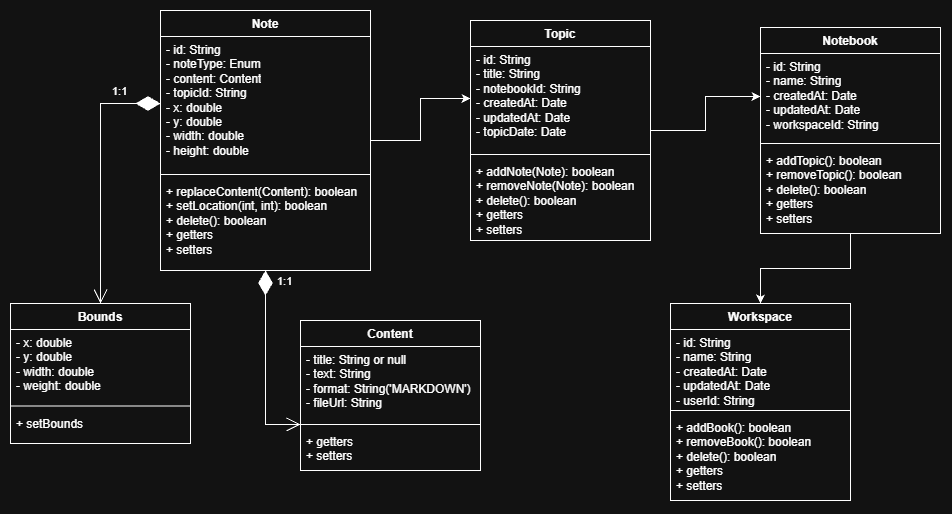
This is diagrams/DiagramaDeClases-Memento.drawio.png from alexanderclaer/Memento, a draw.io export, as it was before one commit. Source tidied: cells renumbered, new cells last; positions are measured from the earlier drawing's top-left corner, leaving out a move shared by most shapes. Source of this version:
```xml
<mxGraphModel>
  <root>
    <mxCell id="0" />
    <mxCell id="1" parent="0" />
    <mxCell id="2" style="edgeStyle=orthogonalEdgeStyle;rounded=0;jettySize=auto;html=1;defaultLabelBackgroundColor=page;labelPadding=0 4;" parent="1" edge="1" source="3" target="9">
      <mxGeometry relative="1" as="geometry" />
    </mxCell>
    <mxCell id="3" value="Note" style="swimlane;fontStyle=1;align=center;verticalAlign=top;horizontal=1;startSize=26;whiteSpace=wrap;html=1;" parent="1" vertex="1">
      <mxGeometry x="150" width="210" height="260" as="geometry" />
    </mxCell>
    <mxCell id="4" value="- id: String&lt;div&gt;- noteType: Enum&lt;div&gt;- content: Content&lt;/div&gt;&lt;div&gt;- topicId: String&lt;/div&gt;&lt;div&gt;- x: double&lt;/div&gt;&lt;div&gt;- y: double&lt;/div&gt;&lt;div&gt;- width: double&lt;/div&gt;&lt;div&gt;- height: double&lt;/div&gt;&lt;/div&gt;" style="text;strokeColor=none;fillColor=none;align=left;verticalAlign=top;spacingLeft=4;spacingRight=4;overflow=hidden;points=[[0,0.5],[1,0.5]];portConstraint=eastwest;whiteSpace=wrap;html=1;" parent="3" vertex="1">
      <mxGeometry y="26" width="210" height="134" as="geometry" />
    </mxCell>
    <mxCell id="5" style="line;strokeWidth=1;fillColor=none;align=left;verticalAlign=middle;spacingTop=-1;spacingLeft=3;spacingRight=3;labelPosition=right;strokeColor=inherit;labelPerimeter=1;" parent="3" vertex="1">
      <mxGeometry y="160" width="210" height="8" as="geometry" />
    </mxCell>
    <mxCell id="6" value="+ replaceContent(Content): boolean&lt;div&gt;+ setLocation(int, int): boolean&lt;br&gt;&lt;div&gt;+ delete(): boolean&lt;/div&gt;&lt;div&gt;+ getters&lt;/div&gt;&lt;div&gt;+ setters&lt;/div&gt;&lt;/div&gt;" style="text;strokeColor=none;fillColor=none;align=left;verticalAlign=top;spacingLeft=4;spacingRight=4;overflow=hidden;whiteSpace=wrap;html=1;" parent="3" vertex="1">
      <mxGeometry y="168" width="210" height="92" as="geometry" />
    </mxCell>
    <mxCell id="7" style="edgeStyle=orthogonalEdgeStyle;rounded=0;jettySize=auto;html=1;entryX=0;entryY=0.5;entryDx=0;entryDy=0;defaultLabelBackgroundColor=page;labelPadding=0 4;" parent="1" edge="1" source="8" target="14">
      <mxGeometry relative="1" as="geometry" />
    </mxCell>
    <mxCell id="8" value="Topic" style="swimlane;fontStyle=1;align=center;verticalAlign=top;horizontal=1;startSize=26;whiteSpace=wrap;html=1;" parent="1" vertex="1">
      <mxGeometry x="460" y="10" width="180" height="220" as="geometry" />
    </mxCell>
    <mxCell id="9" value="&lt;div&gt;- id: String&lt;/div&gt;- title: String&lt;div&gt;- notebookId: String&lt;br&gt;&lt;div&gt;- createdAt: Date&lt;/div&gt;&lt;div&gt;- updatedAt: Date&lt;/div&gt;&lt;div&gt;- topicDate: Date&lt;/div&gt;&lt;div&gt;&lt;br&gt;&lt;/div&gt;&lt;/div&gt;" style="text;strokeColor=none;fillColor=none;align=left;verticalAlign=top;spacingLeft=4;spacingRight=4;overflow=hidden;points=[[0,0.5],[1,0.5]];portConstraint=eastwest;whiteSpace=wrap;html=1;" parent="8" vertex="1">
      <mxGeometry y="26" width="180" height="104" as="geometry" />
    </mxCell>
    <mxCell id="10" style="line;strokeWidth=1;fillColor=none;align=left;verticalAlign=middle;spacingTop=-1;spacingLeft=3;spacingRight=3;labelPosition=right;strokeColor=inherit;labelPerimeter=1;" parent="8" vertex="1">
      <mxGeometry y="130" width="180" height="8" as="geometry" />
    </mxCell>
    <mxCell id="11" value="+ addNote(Note): boolean&lt;div&gt;+ removeNote(Note): boolean&lt;/div&gt;&lt;div&gt;+ delete(): boolean&lt;/div&gt;&lt;div&gt;+ getters&lt;/div&gt;&lt;div&gt;+ setters&lt;/div&gt;" style="text;strokeColor=none;fillColor=none;align=left;verticalAlign=top;spacingLeft=4;spacingRight=4;overflow=hidden;whiteSpace=wrap;html=1;" parent="8" vertex="1">
      <mxGeometry y="138" width="180" height="82" as="geometry" />
    </mxCell>
    <mxCell id="12" style="edgeStyle=orthogonalEdgeStyle;rounded=0;jettySize=auto;html=1;entryX=0.5;entryY=0;entryDx=0;entryDy=0;defaultLabelBackgroundColor=page;labelPadding=0 4;" parent="1" edge="1" source="13" target="22">
      <mxGeometry relative="1" as="geometry" />
    </mxCell>
    <mxCell id="13" value="Notebook" style="swimlane;fontStyle=1;align=center;verticalAlign=top;horizontal=1;startSize=26;whiteSpace=wrap;html=1;" parent="1" vertex="1">
      <mxGeometry x="750" y="17" width="180" height="206" as="geometry" />
    </mxCell>
    <mxCell id="14" value="&lt;div&gt;- id: String&lt;/div&gt;- name: String&lt;div&gt;- createdAt: Date&lt;/div&gt;&lt;div&gt;- updatedAt: Date&lt;/div&gt;&lt;div&gt;- workspaceId: String&lt;/div&gt;&lt;div&gt;&lt;br&gt;&lt;/div&gt;" style="text;strokeColor=none;fillColor=none;align=left;verticalAlign=top;spacingLeft=4;spacingRight=4;overflow=hidden;points=[[0,0.5],[1,0.5]];portConstraint=eastwest;whiteSpace=wrap;html=1;" parent="13" vertex="1">
      <mxGeometry y="26" width="180" height="86" as="geometry" />
    </mxCell>
    <mxCell id="15" style="line;strokeWidth=1;fillColor=none;align=left;verticalAlign=middle;spacingTop=-1;spacingLeft=3;spacingRight=3;labelPosition=right;strokeColor=inherit;labelPerimeter=1;" parent="13" vertex="1">
      <mxGeometry y="112" width="180" height="8" as="geometry" />
    </mxCell>
    <mxCell id="16" value="+ addTopic(): boolean&lt;div&gt;+ removeTopic(): boolean&lt;/div&gt;&lt;div&gt;+ delete(): boolean&lt;/div&gt;&lt;div&gt;+ getters&lt;/div&gt;&lt;div&gt;+ setters&lt;/div&gt;" style="text;strokeColor=none;fillColor=none;align=left;verticalAlign=top;spacingLeft=4;spacingRight=4;overflow=hidden;whiteSpace=wrap;html=1;" parent="13" vertex="1">
      <mxGeometry y="120" width="180" height="86" as="geometry" />
    </mxCell>
    <mxCell id="17" value="Content" style="swimlane;fontStyle=1;align=center;verticalAlign=top;horizontal=1;startSize=26;whiteSpace=wrap;html=1;" parent="1" vertex="1">
      <mxGeometry x="290" y="310" width="180" height="150" as="geometry" />
    </mxCell>
    <mxCell id="18" value="&lt;div&gt;- title: String or null&lt;div&gt;- text: String&lt;/div&gt;&lt;div&gt;- format: String('MARKDOWN')&lt;/div&gt;&lt;/div&gt;&lt;div&gt;- fileUrl: String&lt;/div&gt;" style="text;strokeColor=none;fillColor=none;align=left;verticalAlign=top;spacingLeft=4;spacingRight=4;overflow=hidden;points=[[0,0.5],[1,0.5]];portConstraint=eastwest;whiteSpace=wrap;html=1;" parent="17" vertex="1">
      <mxGeometry y="26" width="180" height="74" as="geometry" />
    </mxCell>
    <mxCell id="19" style="line;strokeWidth=1;fillColor=none;align=left;verticalAlign=middle;spacingTop=-1;spacingLeft=3;spacingRight=3;labelPosition=right;points=[];portConstraint=eastwest;strokeColor=inherit;labelPerimeter=1;" parent="17" vertex="1">
      <mxGeometry y="100" width="180" height="8" as="geometry" />
    </mxCell>
    <mxCell id="20" value="&lt;div&gt;+ getters&lt;/div&gt;&lt;div&gt;+ setters&lt;/div&gt;" style="text;strokeColor=none;fillColor=none;align=left;verticalAlign=top;spacingLeft=4;spacingRight=4;overflow=hidden;whiteSpace=wrap;html=1;" parent="17" vertex="1">
      <mxGeometry y="108" width="180" height="42" as="geometry" />
    </mxCell>
    <mxCell id="21" value="1:1" style="endArrow=open;html=1;endSize=12;startArrow=diamondThin;startSize=22;startFill=1;edgeStyle=orthogonalEdgeStyle;align=left;verticalAlign=bottom;rounded=0;defaultLabelBackgroundColor=page;labelPadding=0 4;exitX=0.5;exitY=1;exitDx=0;exitDy=0;" parent="1" edge="1" source="3" target="19">
      <mxGeometry x="-0.79" y="10" relative="1" as="geometry" />
    </mxCell>
    <mxCell id="22" value="Workspace" style="swimlane;fontStyle=1;align=center;verticalAlign=top;horizontal=1;startSize=26;whiteSpace=wrap;html=1;" parent="1" vertex="1">
      <mxGeometry x="660" y="293" width="180" height="197" as="geometry" />
    </mxCell>
    <mxCell id="23" value="&lt;div&gt;- id: String&lt;/div&gt;- name: String&lt;div&gt;- createdAt: Date&lt;/div&gt;&lt;div&gt;- updatedAt: Date&lt;/div&gt;&lt;div&gt;- userId: String&lt;/div&gt;&lt;div&gt;&lt;br&gt;&lt;/div&gt;" style="text;strokeColor=none;fillColor=none;align=left;verticalAlign=top;spacingLeft=4;spacingRight=4;overflow=hidden;whiteSpace=wrap;html=1;" parent="22" vertex="1">
      <mxGeometry y="26" width="180" height="77" as="geometry" />
    </mxCell>
    <mxCell id="24" style="line;strokeWidth=1;fillColor=none;align=left;verticalAlign=middle;spacingTop=-1;spacingLeft=3;spacingRight=3;labelPosition=right;strokeColor=inherit;labelPerimeter=1;" parent="22" vertex="1">
      <mxGeometry y="103" width="180" height="8" as="geometry" />
    </mxCell>
    <mxCell id="25" value="+ addBook(): boolean&lt;div&gt;+ removeBook(): boolean&lt;/div&gt;&lt;div&gt;+ delete(): boolean&lt;/div&gt;&lt;div&gt;+ getters&lt;/div&gt;&lt;div&gt;+ setters&lt;/div&gt;" style="text;strokeColor=none;fillColor=none;align=left;verticalAlign=top;spacingLeft=4;spacingRight=4;overflow=hidden;whiteSpace=wrap;html=1;" parent="22" vertex="1">
      <mxGeometry y="111" width="180" height="86" as="geometry" />
    </mxCell>
    <mxCell id="26" value="Bounds" style="swimlane;fontStyle=1;align=center;verticalAlign=top;horizontal=1;startSize=26;whiteSpace=wrap;html=1;" parent="1" vertex="1">
      <mxGeometry y="293" width="180" height="140" as="geometry" />
    </mxCell>
    <mxCell id="27" value="- x: double&lt;div&gt;- y: double&lt;/div&gt;&lt;div&gt;- width: double&lt;/div&gt;&lt;div&gt;- weight: double&lt;/div&gt;" style="text;strokeColor=none;fillColor=none;align=left;verticalAlign=top;spacingLeft=4;spacingRight=4;overflow=hidden;whiteSpace=wrap;html=1;" parent="26" vertex="1">
      <mxGeometry y="26" width="180" height="72.5" as="geometry" />
    </mxCell>
    <mxCell id="28" style="line;strokeWidth=1;fillColor=none;align=left;verticalAlign=middle;spacingTop=-1;spacingLeft=3;spacingRight=3;labelPosition=right;strokeColor=inherit;labelPerimeter=1;" parent="26" vertex="1">
      <mxGeometry y="98.5" width="180" height="8" as="geometry" />
    </mxCell>
    <mxCell id="29" value="+ setBounds" style="text;strokeColor=none;fillColor=none;align=left;verticalAlign=top;spacingLeft=4;spacingRight=4;overflow=hidden;whiteSpace=wrap;html=1;" parent="26" vertex="1">
      <mxGeometry y="106.5" width="180" height="33.5" as="geometry" />
    </mxCell>
    <mxCell id="30" value="1:1" style="endArrow=open;html=1;endSize=12;startArrow=diamondThin;startSize=22;startFill=1;edgeStyle=orthogonalEdgeStyle;align=left;verticalAlign=bottom;rounded=0;defaultLabelBackgroundColor=page;labelPadding=0 4;exitX=0;exitY=0.5;exitDx=0;exitDy=0;entryX=0.5;entryY=0;entryDx=0;entryDy=0;" parent="1" edge="1" source="4" target="26">
      <mxGeometry x="-0.62" y="-3" relative="1" as="geometry" />
    </mxCell>
  </root>
</mxGraphModel>
```
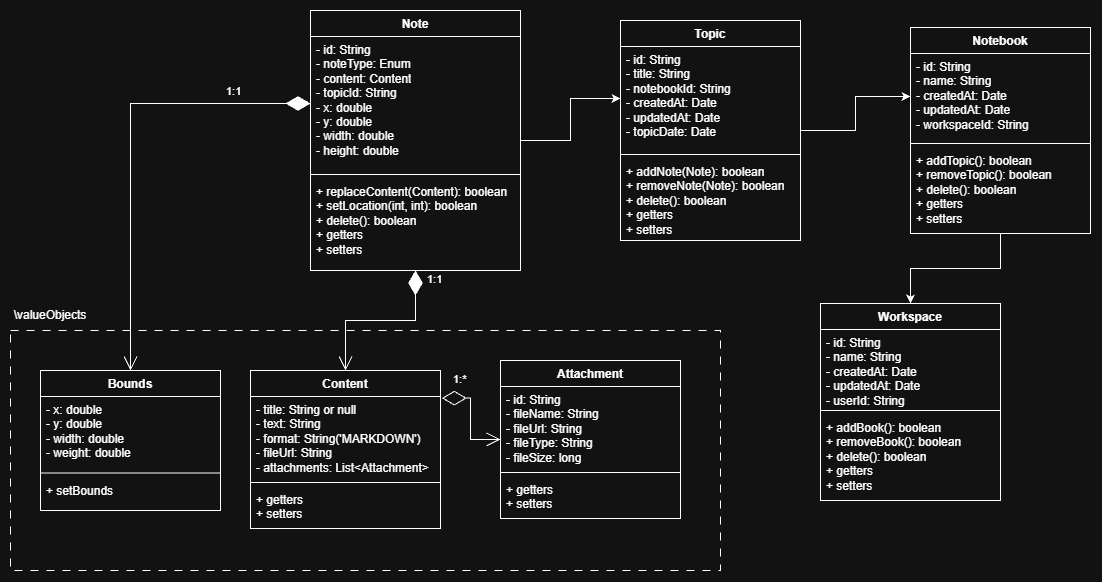
After the change.

Commit message:
Crea objeto de valor 'Attachment' para almacenar archivos

Se añade la clase 'Attachment'  \model\valueObjects, que va a estar contenida en una lista de Content. La clase sirve para guardar archivos adjuntos en una nota y su información.

What changed in the source:
```diff
@@ -48,18 +48,18 @@
       <mxGeometry y="120" width="180" height="86" as="geometry" />
     </mxCell>
     <mxCell id="17" value="Content" style="swimlane;fontStyle=1;align=center;verticalAlign=top;horizontal=1;startSize=26;whiteSpace=wrap;html=1;" parent="1" vertex="1">
-      <mxGeometry x="290" y="310" width="180" height="150" as="geometry" />
+      <mxGeometry x="90" y="360" width="190" height="158" as="geometry" />
     </mxCell>
-    <mxCell id="18" value="&lt;div&gt;- title: String or null&lt;div&gt;- text: String&lt;/div&gt;&lt;div&gt;- format: String('MARKDOWN')&lt;/div&gt;&lt;/div&gt;&lt;div&gt;- fileUrl: String&lt;/div&gt;" style="text;strokeColor=none;fillColor=none;align=left;verticalAlign=top;spacingLeft=4;spacingRight=4;overflow=hidden;points=[[0,0.5],[1,0.5]];portConstraint=eastwest;whiteSpace=wrap;html=1;" parent="17" vertex="1">
-      <mxGeometry y="26" width="180" height="74" as="geometry" />
+    <mxCell id="18" value="&lt;div&gt;- title: String or null&lt;div&gt;- text: String&lt;/div&gt;&lt;div&gt;- format: String('MARKDOWN')&lt;/div&gt;&lt;/div&gt;&lt;div&gt;- fileUrl: String&lt;/div&gt;&lt;div&gt;- attachments: List&amp;lt;Attachment&amp;gt;&lt;/div&gt;" style="text;strokeColor=none;fillColor=none;align=left;verticalAlign=top;spacingLeft=4;spacingRight=4;overflow=hidden;points=[[0,0.5],[1,0.5]];portConstraint=eastwest;whiteSpace=wrap;html=1;" parent="17" vertex="1">
+      <mxGeometry y="26" width="190" height="82" as="geometry" />
     </mxCell>
     <mxCell id="19" style="line;strokeWidth=1;fillColor=none;align=left;verticalAlign=middle;spacingTop=-1;spacingLeft=3;spacingRight=3;labelPosition=right;points=[];portConstraint=eastwest;strokeColor=inherit;labelPerimeter=1;" parent="17" vertex="1">
-      <mxGeometry y="100" width="180" height="8" as="geometry" />
+      <mxGeometry y="108" width="190" height="8" as="geometry" />
     </mxCell>
     <mxCell id="20" value="&lt;div&gt;+ getters&lt;/div&gt;&lt;div&gt;+ setters&lt;/div&gt;" style="text;strokeColor=none;fillColor=none;align=left;verticalAlign=top;spacingLeft=4;spacingRight=4;overflow=hidden;whiteSpace=wrap;html=1;" parent="17" vertex="1">
-      <mxGeometry y="108" width="180" height="42" as="geometry" />
+      <mxGeometry y="116" width="190" height="42" as="geometry" />
     </mxCell>
-    <mxCell id="21" value="1:1" style="endArrow=open;html=1;endSize=12;startArrow=diamondThin;startSize=22;startFill=1;edgeStyle=orthogonalEdgeStyle;align=left;verticalAlign=bottom;rounded=0;defaultLabelBackgroundColor=page;labelPadding=0 4;exitX=0.5;exitY=1;exitDx=0;exitDy=0;" parent="1" edge="1" source="3" target="19">
+    <mxCell id="21" value="1:1" style="endArrow=open;html=1;endSize=12;startArrow=diamondThin;startSize=22;startFill=1;align=left;verticalAlign=bottom;rounded=0;defaultLabelBackgroundColor=page;labelPadding=0 4;entryX=0.5;entryY=0;entryDx=0;entryDy=0;edgeStyle=orthogonalEdgeStyle;exitX=0.5;exitY=1;exitDx=0;exitDy=0;" parent="1" edge="1" source="3" target="17">
       <mxGeometry x="-0.79" y="10" relative="1" as="geometry" />
     </mxCell>
     <mxCell id="22" value="Workspace" style="swimlane;fontStyle=1;align=center;verticalAlign=top;horizontal=1;startSize=26;whiteSpace=wrap;html=1;" parent="1" vertex="1">
@@ -75,7 +75,7 @@
       <mxGeometry y="111" width="180" height="86" as="geometry" />
     </mxCell>
     <mxCell id="26" value="Bounds" style="swimlane;fontStyle=1;align=center;verticalAlign=top;horizontal=1;startSize=26;whiteSpace=wrap;html=1;" parent="1" vertex="1">
-      <mxGeometry y="293" width="180" height="140" as="geometry" />
+      <mxGeometry x="-120" y="360" width="180" height="140" as="geometry" />
     </mxCell>
     <mxCell id="27" value="- x: double&lt;div&gt;- y: double&lt;/div&gt;&lt;div&gt;- width: double&lt;/div&gt;&lt;div&gt;- weight: double&lt;/div&gt;" style="text;strokeColor=none;fillColor=none;align=left;verticalAlign=top;spacingLeft=4;spacingRight=4;overflow=hidden;whiteSpace=wrap;html=1;" parent="26" vertex="1">
       <mxGeometry y="26" width="180" height="72.5" as="geometry" />
@@ -89,5 +89,26 @@
     <mxCell id="30" value="1:1" style="endArrow=open;html=1;endSize=12;startArrow=diamondThin;startSize=22;startFill=1;edgeStyle=orthogonalEdgeStyle;align=left;verticalAlign=bottom;rounded=0;defaultLabelBackgroundColor=page;labelPadding=0 4;exitX=0;exitY=0.5;exitDx=0;exitDy=0;entryX=0.5;entryY=0;entryDx=0;entryDy=0;" parent="1" edge="1" source="4" target="26">
       <mxGeometry x="-0.62" y="-3" relative="1" as="geometry" />
     </mxCell>
+    <mxCell id="31" value="Attachment" style="swimlane;fontStyle=1;align=center;verticalAlign=top;horizontal=1;startSize=26;whiteSpace=wrap;html=1;" parent="1" vertex="1">
+      <mxGeometry x="340" y="350" width="180" height="158" as="geometry" />
+    </mxCell>
+    <mxCell id="32" value="&lt;div&gt;- id: String&lt;/div&gt;&lt;div&gt;&lt;span style=&quot;background-color: transparent; color: light-dark(#000000, var(--ge-light-color, #ffffff));&quot;&gt;- fileName: String&lt;/span&gt;&lt;div&gt;- fileUrl: String&lt;/div&gt;&lt;/div&gt;&lt;div&gt;- fileType: String&lt;br&gt;- fileSize: long&lt;/div&gt;" style="text;strokeColor=none;fillColor=none;align=left;verticalAlign=top;spacingLeft=4;spacingRight=4;overflow=hidden;whiteSpace=wrap;html=1;" parent="31" vertex="1">
+      <mxGeometry y="26" width="180" height="82" as="geometry" />
+    </mxCell>
+    <mxCell id="33" style="line;strokeWidth=1;fillColor=none;align=left;verticalAlign=middle;spacingTop=-1;spacingLeft=3;spacingRight=3;labelPosition=right;strokeColor=inherit;labelPerimeter=1;" parent="31" vertex="1">
+      <mxGeometry y="108" width="180" height="8" as="geometry" />
+    </mxCell>
+    <mxCell id="34" value="&lt;div&gt;+ getters&lt;/div&gt;&lt;div&gt;+ setters&lt;/div&gt;" style="text;strokeColor=none;fillColor=none;align=left;verticalAlign=top;spacingLeft=4;spacingRight=4;overflow=hidden;whiteSpace=wrap;html=1;" parent="31" vertex="1">
+      <mxGeometry y="116" width="180" height="42" as="geometry" />
+    </mxCell>
+    <mxCell id="35" value="1:*" style="endArrow=open;html=1;endSize=12;startArrow=diamondThin;startSize=22;startFill=0;align=left;verticalAlign=bottom;rounded=0;defaultLabelBackgroundColor=page;labelPadding=0 4;exitX=1.007;exitY=0.02;exitDx=0;exitDy=0;entryX=0;entryY=0.5;entryDx=0;entryDy=0;edgeStyle=orthogonalEdgeStyle;exitPerimeter=0;" parent="1" edge="1" source="18" target="31">
+      <mxGeometry x="-0.8" y="10" relative="1" as="geometry" />
+    </mxCell>
+    <mxCell id="36" style="verticalLabelPosition=bottom;verticalAlign=top;html=1;shape=mxgraph.basic.rect;fillColor2=none;strokeWidth=1;size=20;indent=5;labelPerimeter=1;fillColor=none;dashed=1;dashPattern=8 8;" parent="1" vertex="1">
+      <mxGeometry x="-150" y="320" width="710" height="240" as="geometry" />
+    </mxCell>
+    <mxCell id="37" value="\valueObjects" style="text;html=1;whiteSpace=wrap;strokeColor=none;fillColor=none;align=center;verticalAlign=middle;rounded=0;" parent="1" vertex="1">
+      <mxGeometry x="-140" y="290" width="60" height="30" as="geometry" />
+    </mxCell>
   </root>
 </mxGraphModel>
```
